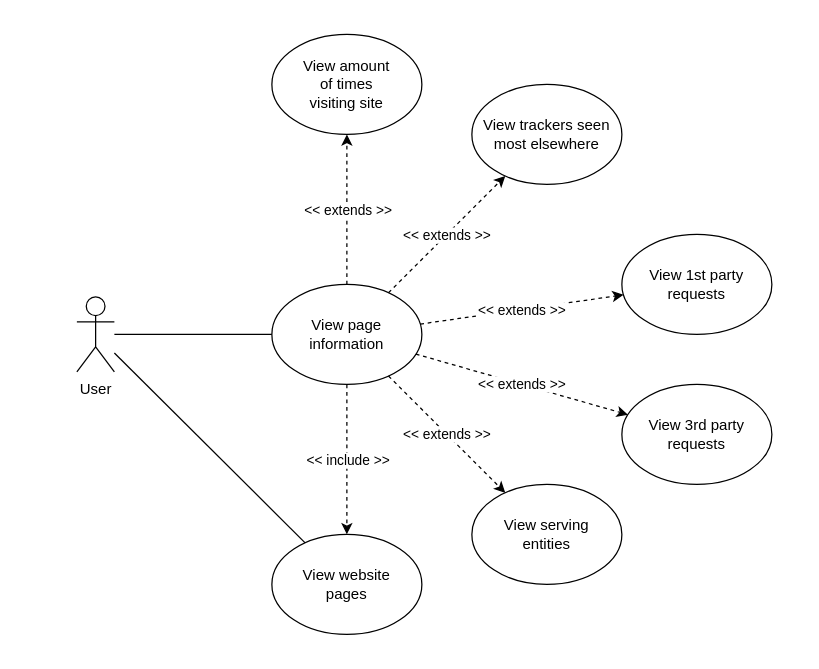
The draw.io diagram documentation/Use-Cases/View-Information.drawio in 19ATF72/Telemetry-Analysis, before the edit. Source tidied: cells renumbered, new cells numbered last; positions are measured from the earlier drawing's top-left corner, leaving out a move shared by most shapes. Both pictures are drawn from the tidied source at 125%, with x=0, y=0 at pixel (76, 34).
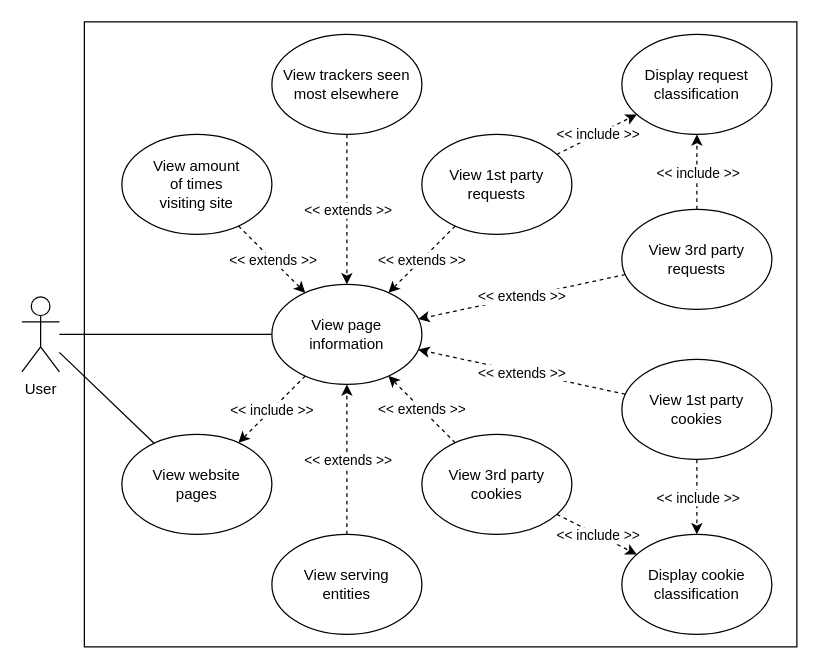
Above is the later version.

The change refers to these unchanged cells:
```xml
<mxCell id="4" value="View page information" style="ellipse;whiteSpace=wrap;html=1;" parent="1" vertex="1">
  <mxGeometry x="156" y="200" width="120" height="80" as="geometry" />
</mxCell>
```

Diff of the diagram source:
```diff
@@
+    <mxCell id="24" style="rounded=0;whiteSpace=wrap;html=1;" parent="1" vertex="1">
+      <mxGeometry x="6" y="-10" width="570" height="500" as="geometry" />
+    </mxCell>
     <mxCell id="2" value="User" style="shape=umlActor;verticalLabelPosition=bottom;verticalAlign=top;html=1;outlineConnect=0;" parent="1" vertex="1">
-      <mxGeometry y="210" width="30" height="60" as="geometry" />
+      <mxGeometry x="-44" y="210" width="30" height="60" as="geometry" />
     </mxCell>
@@
     <mxCell id="6" value="View website&lt;br&gt;pages" style="ellipse;whiteSpace=wrap;html=1;" parent="1" vertex="1">
-      <mxGeometry x="156" y="400" width="120" height="80" as="geometry" />
+      <mxGeometry x="36" y="320" width="120" height="80" as="geometry" />
     </mxCell>
@@
     <mxCell id="9" value="View amount &lt;br&gt;of times &lt;br&gt;visiting site" style="ellipse;whiteSpace=wrap;html=1;" parent="1" vertex="1">
-      <mxGeometry x="156" width="120" height="80" as="geometry" />
+      <mxGeometry x="36" y="80" width="120" height="80" as="geometry" />
     </mxCell>
-    <mxCell id="10" style="endArrow=classic;html=1;dashed=1;" parent="1" edge="1" source="4" target="9">
+    <mxCell id="10" style="endArrow=classic;html=1;dashed=1;" parent="1" edge="1" source="9" target="4">
       <mxGeometry relative="1" as="geometry" />
     </mxCell>
@@
     <mxCell id="12" value="View trackers seen most elsewhere" style="ellipse;whiteSpace=wrap;html=1;" parent="1" vertex="1">
-      <mxGeometry x="316" y="40" width="120" height="80" as="geometry" />
+      <mxGeometry x="156" width="120" height="80" as="geometry" />
     </mxCell>
     <mxCell id="13" value="View 1st party&lt;br&gt;requests" style="ellipse;whiteSpace=wrap;html=1;" parent="1" vertex="1">
-      <mxGeometry x="436" y="160" width="120" height="80" as="geometry" />
+      <mxGeometry x="276" y="80" width="120" height="80" as="geometry" />
     </mxCell>
     <mxCell id="14" value="View 3rd party&lt;br&gt;requests" style="ellipse;whiteSpace=wrap;html=1;" parent="1" vertex="1">
-      <mxGeometry x="436" y="280" width="120" height="80" as="geometry" />
+      <mxGeometry x="436" y="140" width="120" height="80" as="geometry" />
     </mxCell>
-    <mxCell id="15" style="endArrow=classic;html=1;dashed=1;" parent="1" edge="1" source="4" target="12">
+    <mxCell id="15" style="endArrow=classic;html=1;dashed=1;" parent="1" edge="1" source="12" target="4">
       <mxGeometry relative="1" as="geometry" />
     </mxCell>
@@
-    <mxCell id="17" style="endArrow=classic;html=1;dashed=1;" parent="1" edge="1" source="4" target="13">
+    <mxCell id="17" style="endArrow=classic;html=1;dashed=1;" parent="1" edge="1" source="13" target="4">
       <mxGeometry relative="1" as="geometry" />
     </mxCell>
@@
-    <mxCell id="19" style="endArrow=classic;html=1;dashed=1;" parent="1" edge="1" source="4" target="14">
-      <mxGeometry relative="1" as="geometry" />
-    </mxCell>
-    <mxCell id="20" value="&amp;lt;&amp;lt; extends &amp;gt;&amp;gt;" style="edgeLabel;html=1;align=center;verticalAlign=middle;" parent="19" vertex="1">
-      <mxGeometry relative="1" as="geometry" />
-    </mxCell>
     <mxCell id="21" value="View serving&lt;br&gt;entities" style="ellipse;whiteSpace=wrap;html=1;" parent="1" vertex="1">
-      <mxGeometry x="316" y="360" width="120" height="80" as="geometry" />
+      <mxGeometry x="156" y="400" width="120" height="80" as="geometry" />
     </mxCell>
-    <mxCell id="22" style="endArrow=classic;html=1;dashed=1;" parent="1" edge="1" source="4" target="21">
+    <mxCell id="22" style="endArrow=classic;html=1;dashed=1;" parent="1" edge="1" source="21" target="4">
       <mxGeometry relative="1" as="geometry" />
     </mxCell>
@@
+    <mxCell id="25" value="View 3rd party&lt;br&gt;cookies" style="ellipse;whiteSpace=wrap;html=1;" parent="1" vertex="1">
+      <mxGeometry x="276" y="320" width="120" height="80" as="geometry" />
+    </mxCell>
+    <mxCell id="26" value="View 1st party&lt;br&gt;cookies" style="ellipse;whiteSpace=wrap;html=1;" parent="1" vertex="1">
+      <mxGeometry x="436" y="260" width="120" height="80" as="geometry" />
+    </mxCell>
+    <mxCell id="27" style="endArrow=classic;html=1;dashed=1;" parent="1" edge="1" source="26" target="4">
+      <mxGeometry relative="1" as="geometry" />
+    </mxCell>
+    <mxCell id="28" value="&amp;lt;&amp;lt; extends &amp;gt;&amp;gt;" style="edgeLabel;html=1;align=center;verticalAlign=middle;" parent="27" vertex="1">
+      <mxGeometry relative="1" as="geometry" />
+    </mxCell>
+    <mxCell id="29" style="endArrow=classic;html=1;dashed=1;" parent="1" edge="1" source="25" target="4">
+      <mxGeometry relative="1" as="geometry" />
+    </mxCell>
+    <mxCell id="30" value="&amp;lt;&amp;lt; extends &amp;gt;&amp;gt;" style="edgeLabel;html=1;align=center;verticalAlign=middle;" parent="29" vertex="1">
+      <mxGeometry relative="1" as="geometry" />
+    </mxCell>
+    <mxCell id="31" value="Display cookie&lt;br&gt;classification" style="ellipse;whiteSpace=wrap;html=1;" parent="1" vertex="1">
+      <mxGeometry x="436" y="400" width="120" height="80" as="geometry" />
+    </mxCell>
+    <mxCell id="32" style="endArrow=classic;html=1;dashed=1;" parent="1" edge="1" source="26" target="31">
+      <mxGeometry relative="1" as="geometry" />
+    </mxCell>
+    <mxCell id="33" value="&amp;lt;&amp;lt; include &amp;gt;&amp;gt;" style="edgeLabel;html=1;align=center;verticalAlign=middle;" parent="32" vertex="1">
+      <mxGeometry relative="1" as="geometry" />
+    </mxCell>
+    <mxCell id="34" style="endArrow=classic;html=1;dashed=1;" parent="1" edge="1" source="25" target="31">
+      <mxGeometry relative="1" as="geometry" />
+    </mxCell>
+    <mxCell id="35" value="&amp;lt;&amp;lt; include &amp;gt;&amp;gt;" style="edgeLabel;html=1;align=center;verticalAlign=middle;" parent="34" vertex="1">
+      <mxGeometry relative="1" as="geometry" />
+    </mxCell>
+    <mxCell id="36" style="endArrow=classic;html=1;dashed=1;" parent="1" edge="1" source="14" target="4">
+      <mxGeometry relative="1" as="geometry" />
+    </mxCell>
+    <mxCell id="37" value="&amp;lt;&amp;lt; extends &amp;gt;&amp;gt;" style="edgeLabel;html=1;align=center;verticalAlign=middle;" parent="36" vertex="1">
+      <mxGeometry relative="1" as="geometry" />
+    </mxCell>
+    <mxCell id="38" value="Display request&lt;br&gt;classification" style="ellipse;whiteSpace=wrap;html=1;" parent="1" vertex="1">
+      <mxGeometry x="436" width="120" height="80" as="geometry" />
+    </mxCell>
+    <mxCell id="39" style="endArrow=classic;html=1;dashed=1;" parent="1" edge="1" source="14" target="38">
+      <mxGeometry relative="1" as="geometry" />
+    </mxCell>
+    <mxCell id="40" value="&amp;lt;&amp;lt; include &amp;gt;&amp;gt;" style="edgeLabel;html=1;align=center;verticalAlign=middle;" parent="39" vertex="1">
+      <mxGeometry relative="1" as="geometry" />
+    </mxCell>
+    <mxCell id="41" style="endArrow=classic;html=1;dashed=1;" parent="1" edge="1" source="13" target="38">
+      <mxGeometry relative="1" as="geometry" />
+    </mxCell>
+    <mxCell id="42" value="&amp;lt;&amp;lt; include &amp;gt;&amp;gt;" style="edgeLabel;html=1;align=center;verticalAlign=middle;" parent="41" vertex="1">
+      <mxGeometry relative="1" as="geometry" />
+    </mxCell>
```
